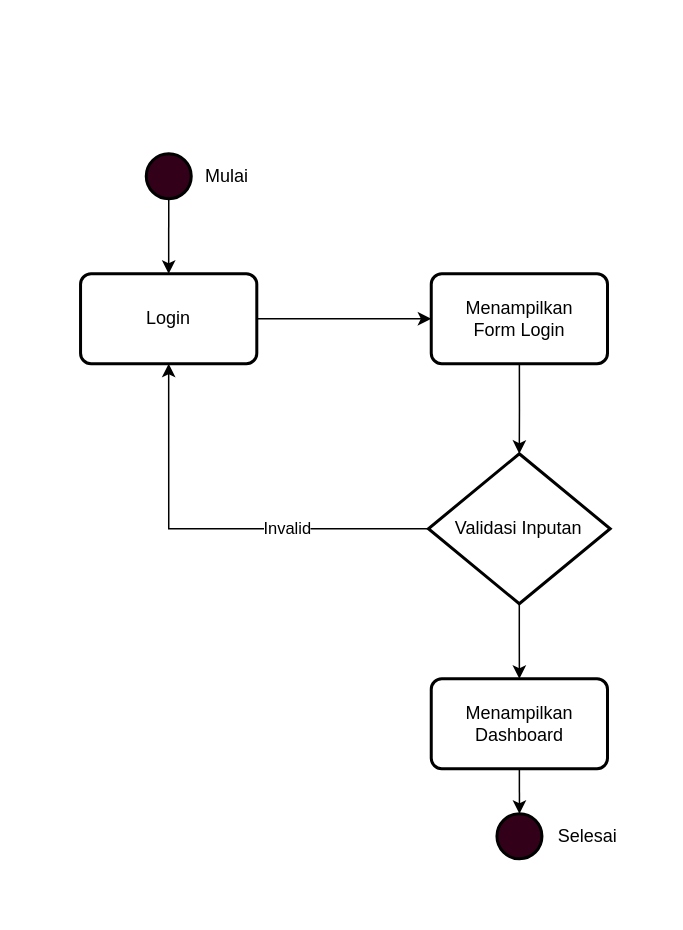
This is page "Page-8" (8 of 11) of Flowchart Login Auth.drawio from Erickdae06/SKRIPSI, a draw.io file, before an edit. Source tidied: cells renumbered, new cells numbered last; positions are measured from the earlier drawing's top-left corner, leaving out a move shared by most shapes. Both pictures are drawn from the tidied source at 150%, with x=0, y=0 at pixel (80, 153).
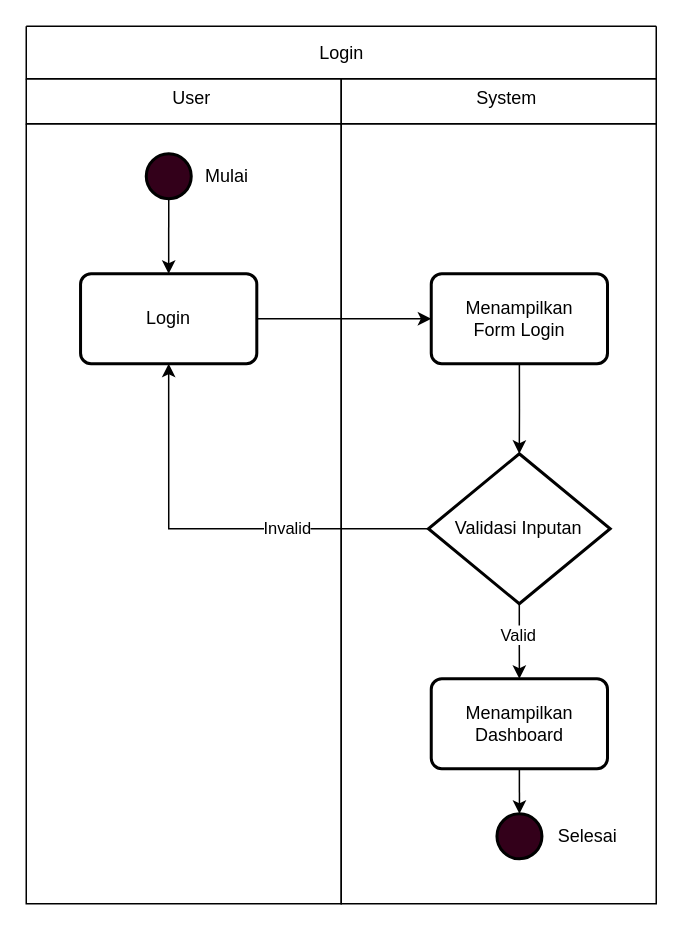
The same diagram, later.

Unchanged cells that the change refers to:
```xml
<mxCell id="9" style="edgeStyle=orthogonalEdgeStyle;rounded=0;jettySize=auto;html=1;exitX=0.5;exitY=1;exitDx=0;exitDy=0;exitPerimeter=0;entryX=0.5;entryY=0;entryDx=0;entryDy=0;" parent="1" edge="1" source="10" target="12">
  <mxGeometry relative="1" as="geometry" />
</mxCell>
```

What changed in the source:
```diff
@@
+    <mxCell id="17" value="Valid" style="edgeLabel;html=1;align=center;verticalAlign=middle;" parent="9" vertex="1">
+      <mxGeometry x="-0.21" y="-1" relative="1" as="geometry" />
+    </mxCell>
@@
+    <mxCell id="18" style="swimlane;startSize=0;" parent="1" vertex="1">
+      <mxGeometry x="-36" y="-20" width="210" height="520" as="geometry" />
+    </mxCell>
+    <mxCell id="19" style="swimlane;startSize=0;" parent="1" vertex="1">
+      <mxGeometry x="174" y="-20" width="210" height="520" as="geometry" />
+    </mxCell>
+    <mxCell id="20" style="swimlane;startSize=0;" parent="1" vertex="1">
+      <mxGeometry x="-36" y="-50" width="210" height="30" as="geometry" />
+    </mxCell>
+    <mxCell id="21" style="swimlane;startSize=0;" parent="1" vertex="1">
+      <mxGeometry x="174" y="-50" width="210" height="30" as="geometry" />
+    </mxCell>
+    <mxCell id="22" value="User" style="text;html=1;align=center;verticalAlign=middle;strokeColor=none;fillColor=none;" parent="1" vertex="1">
+      <mxGeometry x="49" y="-52" width="50" height="30" as="geometry" />
+    </mxCell>
+    <mxCell id="23" value="System" style="text;html=1;align=center;verticalAlign=middle;strokeColor=none;fillColor=none;" parent="1" vertex="1">
+      <mxGeometry x="254" y="-52" width="60" height="30" as="geometry" />
+    </mxCell>
+    <mxCell id="24" style="swimlane;startSize=0;" parent="1" vertex="1">
+      <mxGeometry x="-36" y="-85" width="420" height="35" as="geometry" />
+    </mxCell>
+    <mxCell id="25" value="Login" style="text;html=1;align=center;verticalAlign=middle;strokeColor=none;fillColor=none;" parent="1" vertex="1">
+      <mxGeometry x="149" y="-82" width="50" height="30" as="geometry" />
+    </mxCell>
```
